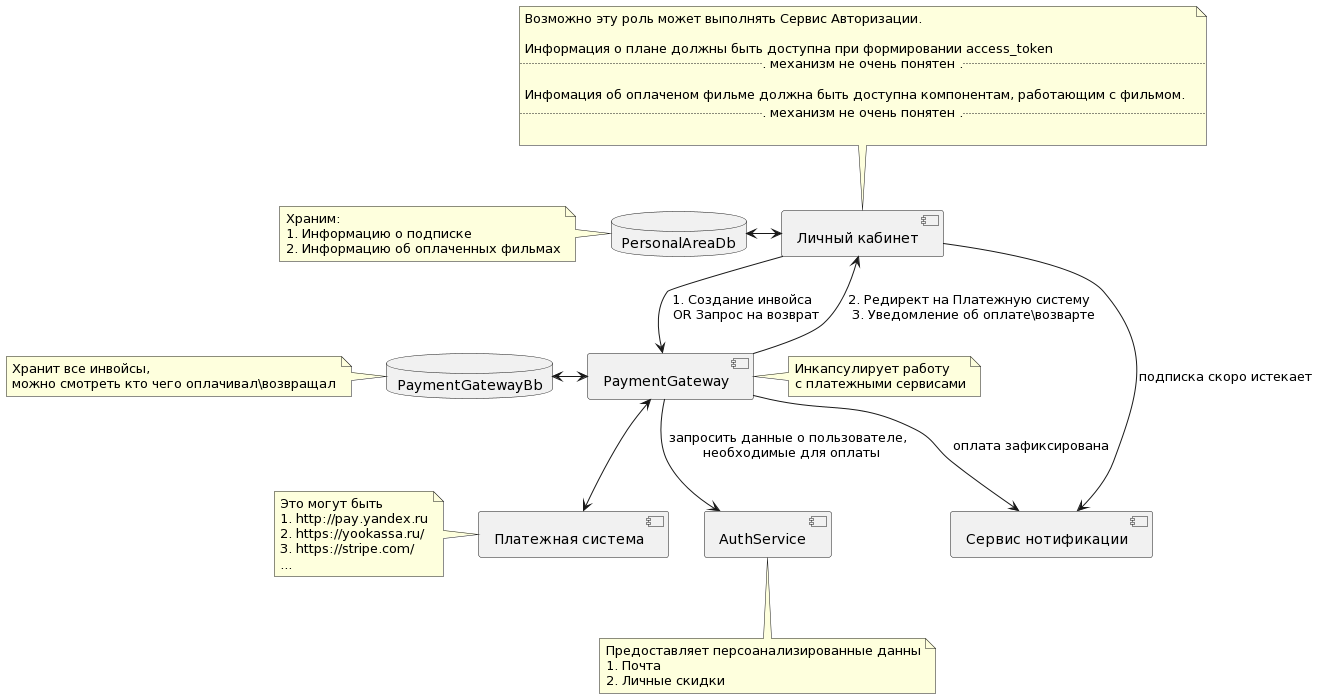
The PlantUML diagram docs/components.png in YauheniKr/graduate_work, before a commit.
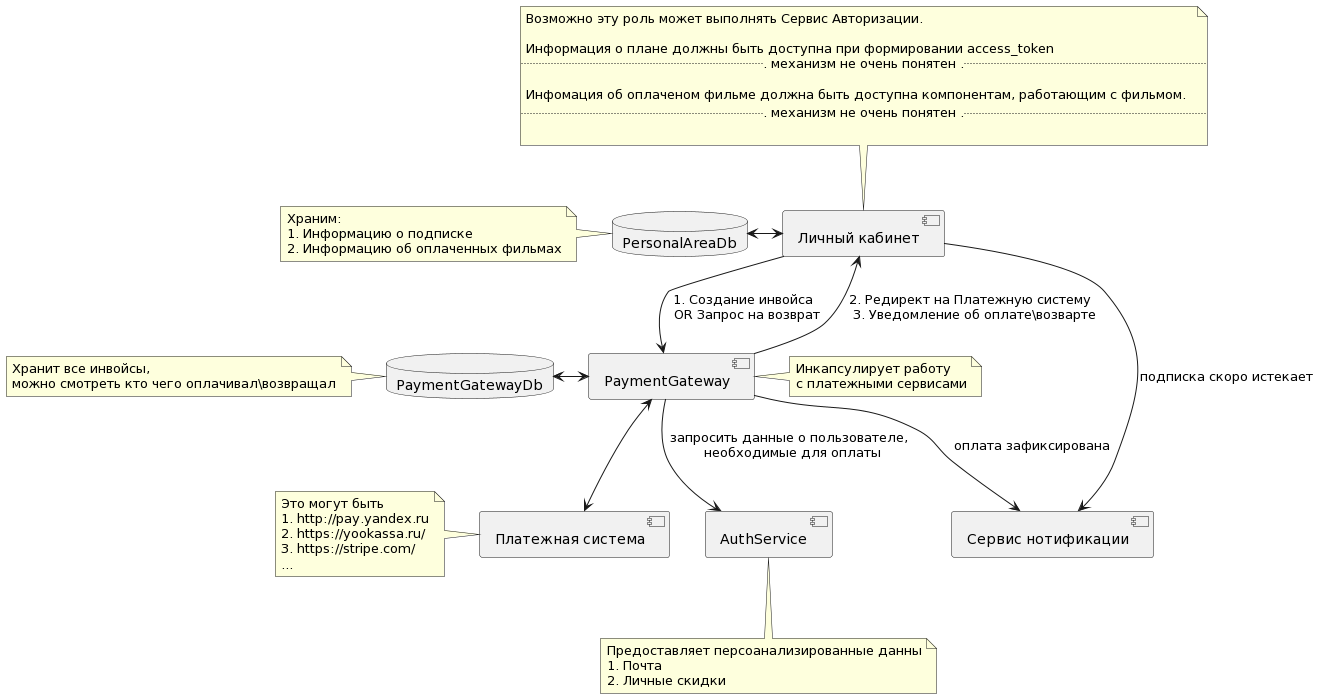
The same file after the commit.

What changed in the source:
```diff
@@ -14,8 +14,8 @@
     с платежными сервисами
 end note
 
-database PaymentGatewayВb
-note left of PaymentGatewayВb
+database PaymentGatewayDb
+note left of PaymentGatewayDb
     Хранит все инвойсы,
     можно смотреть кто чего оплачивал\возвращал
 end note
@@ -48,7 +48,7 @@
 
 component "Сервис нотификации" as NotificationService
 
-PaymentGateway <-left-> PaymentGatewayВb
+PaymentGateway <-left-> PaymentGatewayDb
 PaymentGateway <--> PaymentSystem
 PaymentGateway -down-> AuthService: запросить данные о пользователе, \n необходимые для оплаты
 PaymentGateway --> NotificationService: оплата зафиксирована
```
